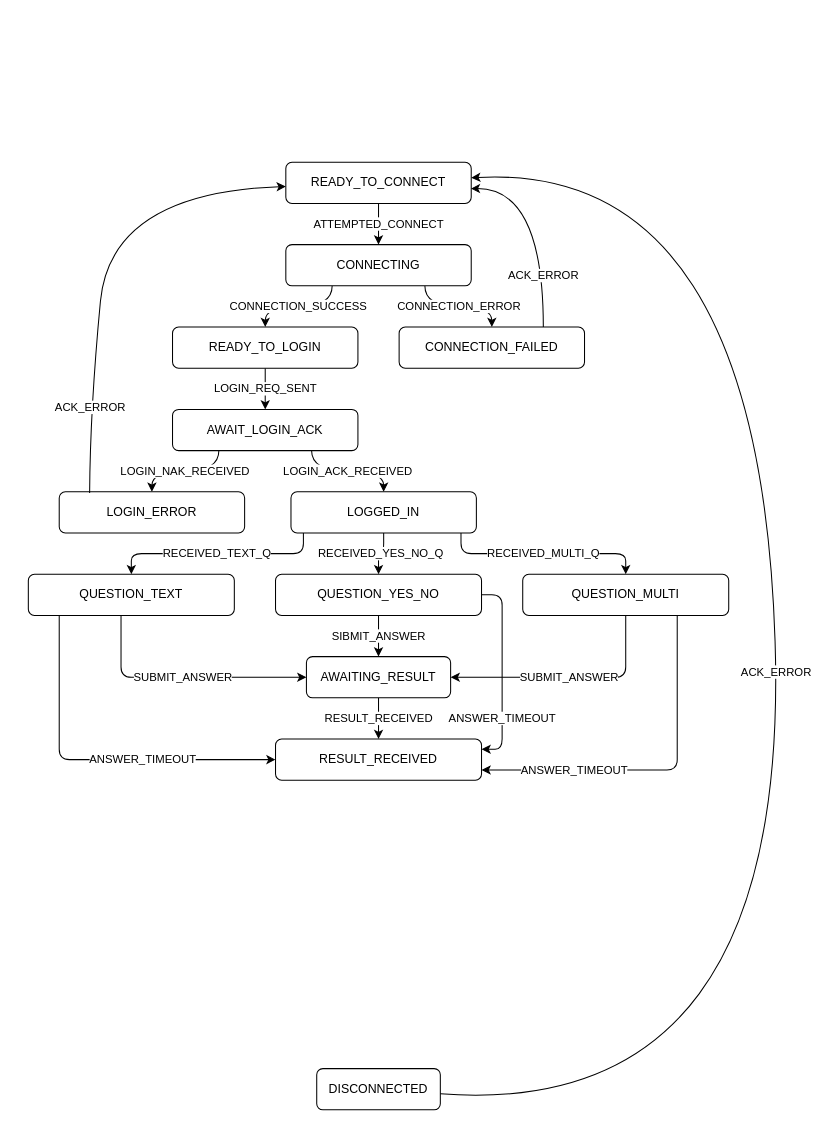
Earlier version of the draw.io diagram alpha_web_client/src/stores/kayeet_states.drawio (melektron/alpha). Source tidied: cells renumbered, new cells numbered last; positions are measured from the earlier drawing's top-left corner, leaving out a move shared by most shapes. Both pictures are drawn from the tidied source at 103%, with x=0, y=0 at pixel (28, 162).
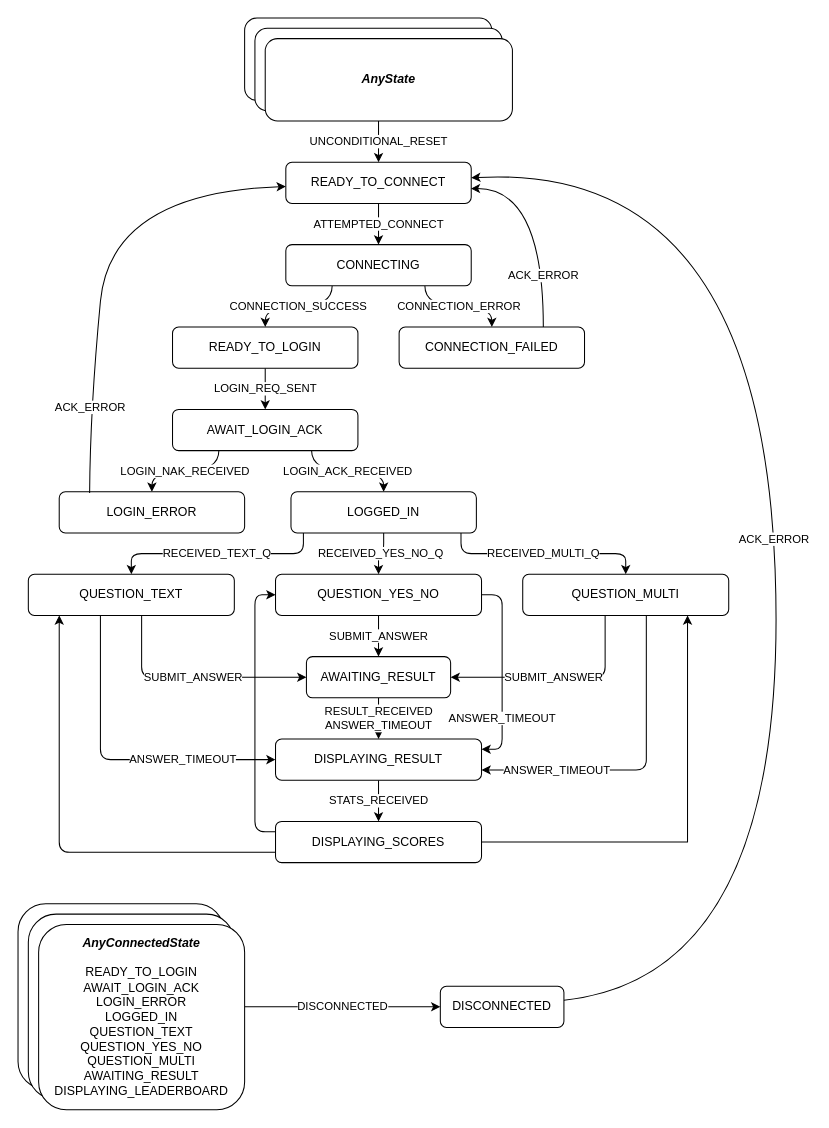
After the change.

Commit message (it also covers changes not shown here):
finished connect and login UI

The change refers to these unchanged cells:
```xml
<mxCell id="4" value="READY_TO_CONNECT" style="rounded=1;whiteSpace=wrap;html=1;" parent="1" vertex="1">
  <mxGeometry x="250" width="180" height="40" as="geometry" />
</mxCell>
<mxCell id="24" value="QUESTION_TEXT" style="rounded=1;whiteSpace=wrap;html=1;" parent="1" vertex="1">
  <mxGeometry y="400" width="200" height="40" as="geometry" />
</mxCell>
<mxCell id="27" value="QUESTION_YES_NO" style="rounded=1;whiteSpace=wrap;html=1;" parent="1" vertex="1">
  <mxGeometry x="240" y="400" width="200" height="40" as="geometry" />
</mxCell>
<mxCell id="30" value="QUESTION_MULTI" style="rounded=1;whiteSpace=wrap;html=1;" parent="1" vertex="1">
  <mxGeometry x="480" y="400" width="200" height="40" as="geometry" />
</mxCell>
<mxCell id="32" value="AWAITING_RESULT" style="rounded=1;whiteSpace=wrap;html=1;" parent="1" vertex="1">
  <mxGeometry x="270" y="480" width="140" height="40" as="geometry" />
</mxCell>
```

The edit, as a diff of the source:
```diff
@@
     <mxCell id="2" value="DISCONNECTED" style="rounded=1;whiteSpace=wrap;html=1;" parent="1" vertex="1">
-      <mxGeometry x="280" y="880" width="120" height="40" as="geometry" />
+      <mxGeometry x="400" y="800" width="120" height="40" as="geometry" />
     </mxCell>
@@
     <mxCell id="5" value="ACK_ERROR" style="curved=1;endArrow=classic;html=1;rounded=0;" parent="1" edge="1" source="2" target="4">
       <mxGeometry relative="1" as="geometry">
         <Array as="points">
-          <mxPoint x="740" y="930" />
+          <mxPoint x="740" y="790" />
           <mxPoint x="710" />
         </Array>
       </mxGeometry>
     </mxCell>
@@
     <mxCell id="22" value="SUBMIT_ANSWER" style="edgeStyle=orthogonalEdgeStyle;rounded=1;jettySize=auto;html=1;curved=0;" parent="1" edge="1" source="24" target="32">
       <mxGeometry relative="1" as="geometry">
         <Array as="points">
-          <mxPoint x="90" y="500" />
+          <mxPoint x="110" y="500" />
         </Array>
       </mxGeometry>
     </mxCell>
     <mxCell id="23" value="ANSWER_TIMEOUT" style="edgeStyle=orthogonalEdgeStyle;rounded=1;jettySize=auto;html=1;curved=0;" parent="1" edge="1" source="24" target="33">
-      <mxGeometry x="0.26" relative="1" as="geometry">
+      <mxGeometry x="0.42" relative="1" as="geometry">
         <Array as="points">
-          <mxPoint x="30" y="580" />
+          <mxPoint x="70" y="580" />
         </Array>
       </mxGeometry>
     </mxCell>
@@
-    <mxCell id="25" value="SIBMIT_ANSWER" style="edgeStyle=orthogonalEdgeStyle;rounded=0;jettySize=auto;html=1;" parent="1" edge="1" source="27" target="32">
+    <mxCell id="25" value="SUBMIT_ANSWER" style="edgeStyle=orthogonalEdgeStyle;rounded=0;jettySize=auto;html=1;" parent="1" edge="1" source="27" target="32">
       <mxGeometry relative="1" as="geometry" />
     </mxCell>
@@
     <mxCell id="28" value="SUBMIT_ANSWER" style="edgeStyle=orthogonalEdgeStyle;rounded=1;jettySize=auto;html=1;curved=0;" parent="1" edge="1" source="30" target="32">
-      <mxGeometry relative="1" as="geometry">
+      <mxGeometry x="0.05" relative="1" as="geometry">
         <Array as="points">
-          <mxPoint x="580" y="500" />
+          <mxPoint x="560" y="500" />
         </Array>
       </mxGeometry>
     </mxCell>
     <mxCell id="29" value="ANSWER_TIMEOUT" style="edgeStyle=orthogonalEdgeStyle;rounded=1;jettySize=auto;html=1;curved=0;" parent="1" edge="1" source="30" target="33">
-      <mxGeometry x="0.47" relative="1" as="geometry">
+      <mxGeometry x="0.53" relative="1" as="geometry">
         <Array as="points">
-          <mxPoint x="630" y="590" />
+          <mxPoint x="600" y="590" />
         </Array>
       </mxGeometry>
     </mxCell>
@@
-    <mxCell id="31" value="RESULT_RECEIVED" style="edgeStyle=orthogonalEdgeStyle;rounded=0;jettySize=auto;html=1;" parent="1" edge="1" source="32" target="33">
+    <mxCell id="31" value="RESULT_RECEIVED&lt;div&gt;ANSWER_TIMEOUT&lt;/div&gt;" style="edgeStyle=orthogonalEdgeStyle;rounded=0;jettySize=auto;html=1;" parent="1" edge="1" source="32" target="33">
       <mxGeometry relative="1" as="geometry" />
     </mxCell>
@@
+    <mxCell id="34" value="STATS_RECEIVED" style="edgeStyle=orthogonalEdgeStyle;rounded=0;jettySize=auto;html=1;" parent="1" edge="1" source="33" target="38">
+      <mxGeometry relative="1" as="geometry" />
+    </mxCell>
-    <mxCell id="33" value="RESULT_RECEIVED" style="rounded=1;whiteSpace=wrap;html=1;" parent="1" vertex="1">
+    <mxCell id="33" value="DISPLAYING_RESULT" style="rounded=1;whiteSpace=wrap;html=1;" parent="1" vertex="1">
       <mxGeometry x="240" y="560" width="200" height="40" as="geometry" />
     </mxCell>
+    <mxCell id="35" style="edgeStyle=orthogonalEdgeStyle;rounded=1;jettySize=auto;html=1;curved=0;" parent="1" edge="1" source="38" target="27">
+      <mxGeometry relative="1" as="geometry">
+        <Array as="points">
+          <mxPoint x="220" y="650" />
+          <mxPoint x="220" y="420" />
+        </Array>
+      </mxGeometry>
+    </mxCell>
+    <mxCell id="36" style="edgeStyle=orthogonalEdgeStyle;rounded=1;jettySize=auto;html=1;curved=0;" parent="1" edge="1" source="38" target="24">
+      <mxGeometry relative="1" as="geometry">
+        <Array as="points">
+          <mxPoint x="30" y="670" />
+        </Array>
+      </mxGeometry>
+    </mxCell>
+    <mxCell id="37" style="edgeStyle=orthogonalEdgeStyle;rounded=0;jettySize=auto;html=1;" parent="1" edge="1" source="38" target="30">
+      <mxGeometry relative="1" as="geometry">
+        <Array as="points">
+          <mxPoint x="640" y="660" />
+        </Array>
+      </mxGeometry>
+    </mxCell>
+    <mxCell id="38" value="DISPLAYING_SCORES" style="rounded=1;whiteSpace=wrap;html=1;" parent="1" vertex="1">
+      <mxGeometry x="240" y="640" width="200" height="40" as="geometry" />
+    </mxCell>
+    <mxCell id="39" style="rounded=1;whiteSpace=wrap;html=1;" parent="1" vertex="1">
+      <mxGeometry x="-10" y="720" width="200" height="180" as="geometry" />
+    </mxCell>
+    <mxCell id="40" style="rounded=1;whiteSpace=wrap;html=1;" parent="1" vertex="1">
+      <mxGeometry y="730" width="200" height="180" as="geometry" />
+    </mxCell>
+    <mxCell id="41" value="DISCONNECTED" style="edgeStyle=orthogonalEdgeStyle;rounded=1;jettySize=auto;html=1;curved=0;" parent="1" edge="1" source="42" target="2">
+      <mxGeometry relative="1" as="geometry">
+        <Array as="points">
+          <mxPoint x="390" y="820" />
+          <mxPoint x="390" y="820" />
+        </Array>
+      </mxGeometry>
+    </mxCell>
+    <mxCell id="42" value="&lt;div&gt;&lt;b&gt;&lt;i&gt;AnyConnectedState&lt;/i&gt;&lt;/b&gt;&lt;/div&gt;&lt;div&gt;&lt;br&gt;&lt;/div&gt;READY_TO_LOGIN&lt;div&gt;AWAIT_LOGIN_ACK&lt;/div&gt;&lt;div&gt;LOGIN_ERROR&lt;/div&gt;&lt;div&gt;LOGGED_IN&lt;/div&gt;&lt;div&gt;QUESTION_TEXT&lt;/div&gt;&lt;div&gt;QUESTION_YES_NO&lt;br&gt;QUESTION_MULTI&lt;/div&gt;&lt;div&gt;AWAITING_RESULT&lt;/div&gt;&lt;div&gt;DISPLAYING_LEADERBOARD&lt;/div&gt;" style="rounded=1;whiteSpace=wrap;html=1;" parent="1" vertex="1">
+      <mxGeometry x="10" y="740" width="200" height="180" as="geometry" />
+    </mxCell>
+    <mxCell id="43" style="rounded=1;whiteSpace=wrap;html=1;" parent="1" vertex="1">
+      <mxGeometry x="210" y="-140" width="240" height="80" as="geometry" />
+    </mxCell>
+    <mxCell id="44" style="rounded=1;whiteSpace=wrap;html=1;" parent="1" vertex="1">
+      <mxGeometry x="220" y="-130" width="240" height="80" as="geometry" />
+    </mxCell>
+    <mxCell id="45" value="UNCONDITIONAL_RESET" style="edgeStyle=orthogonalEdgeStyle;rounded=0;jettySize=auto;html=1;" parent="1" edge="1" source="46" target="4">
+      <mxGeometry relative="1" as="geometry">
+        <Array as="points">
+          <mxPoint x="340" y="-30" />
+          <mxPoint x="340" y="-30" />
+        </Array>
+      </mxGeometry>
+    </mxCell>
+    <mxCell id="46" value="&lt;b&gt;&lt;i&gt;AnyState&lt;/i&gt;&lt;/b&gt;" style="rounded=1;whiteSpace=wrap;html=1;" parent="1" vertex="1">
+      <mxGeometry x="230" y="-120" width="240" height="80" as="geometry" />
+    </mxCell>
```
